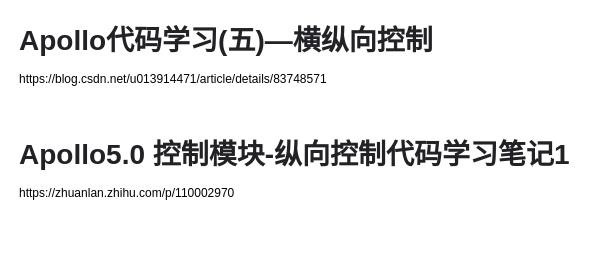
This is page "Reference" (5 of 6) of Apollo_lat_controller.drawio from Thousandsuny/Learning, a draw.io file, before an edit. Source tidied: cells renumbered, new cells numbered last; positions are measured from the earlier drawing's top-left corner, leaving out a move shared by most shapes. Both pictures are drawn from the tidied source at 100%, with x=0, y=0 at pixel (17, 17).
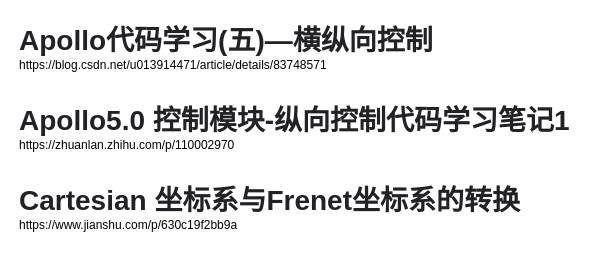
The same page after the edit.

Diff of the diagram source:
```diff
@@
 <mxGraphModel>
   <root>
     <mxCell id="0" />
     <mxCell id="1" parent="0" />
-    <mxCell id="2" value="&lt;h1 class=&quot;title-article&quot; id=&quot;articleContentId&quot; style=&quot;box-sizing: border-box ; outline: 0px ; margin: 0px ; padding: 0px ; font-family: &amp;#34;pingfang sc&amp;#34; , &amp;#34;microsoft yahei&amp;#34; , &amp;#34;simhei&amp;#34; , &amp;#34;arial&amp;#34; , &amp;#34;simsun&amp;#34; ; font-size: 28px ; overflow-wrap: break-word ; color: rgb(34 , 34 , 38) ; word-break: break-all ; background-color: rgb(255 , 255 , 255)&quot;&gt;Apollo代码学习(五)—横纵向控制&lt;/h1&gt;&lt;br&gt;https://blog.csdn.net/u013914471/article/details/83748571" style="text;whiteSpace=wrap;html=1;" parent="1" vertex="1">
-      <mxGeometry width="420" height="70" as="geometry" />
+    <mxCell id="2" value="&lt;h1 class=&quot;title-article&quot; id=&quot;articleContentId&quot; style=&quot;box-sizing: border-box ; outline: 0px ; margin: 0px ; padding: 0px ; font-family: &amp;#34;pingfang sc&amp;#34; , &amp;#34;microsoft yahei&amp;#34; , &amp;#34;simhei&amp;#34; , &amp;#34;arial&amp;#34; , &amp;#34;simsun&amp;#34; ; font-size: 28px ; overflow-wrap: break-word ; color: rgb(34 , 34 , 38) ; word-break: break-all ; background-color: rgb(255 , 255 , 255)&quot;&gt;Apollo代码学习(五)—横纵向控制&lt;/h1&gt;https://blog.csdn.net/u013914471/article/details/83748571" style="text;whiteSpace=wrap;html=1;" parent="1" vertex="1">
+      <mxGeometry width="480" height="70" as="geometry" />
     </mxCell>
+    <mxCell id="4" value="&lt;font color=&quot;#222226&quot; face=&quot;pingfang sc, microsoft yahei, simhei, arial, simsun&quot;&gt;&lt;span style=&quot;font-size: 28px&quot;&gt;&lt;b&gt;&lt;span style=&quot;background-color: rgb(255 , 255 , 255)&quot;&gt;Cartesian 坐标系与Frenet坐标系的转换&lt;/span&gt;&lt;span style=&quot;background-color: rgb(255 , 255 , 255)&quot;&gt;&lt;br&gt;&lt;/span&gt;&lt;/b&gt;&lt;/span&gt;&lt;/font&gt;https://www.jianshu.com/p/630c19f2bb9a" style="text;whiteSpace=wrap;html=1;" parent="1" vertex="1">
+      <mxGeometry y="160" width="540" height="60" as="geometry" />
+    </mxCell>
-    <mxCell id="3" value="&lt;h1 class=&quot;Post-Title&quot; style=&quot;margin: 24px 0px ; font-stretch: inherit ; font-size: 24px ; line-height: 1.22 ; font-family: , &amp;#34;blinkmacsystemfont&amp;#34; , &amp;#34;helvetica neue&amp;#34; , &amp;#34;pingfang sc&amp;#34; , &amp;#34;microsoft yahei&amp;#34; , &amp;#34;source han sans sc&amp;#34; , &amp;#34;noto sans cjk sc&amp;#34; , &amp;#34;wenquanyi micro hei&amp;#34; , sans-serif ; overflow-wrap: break-word ; color: rgb(18 , 18 , 18) ; background-color: rgb(255 , 255 , 255)&quot;&gt;&lt;/h1&gt;&lt;b style=&quot;color: rgb(34 , 34 , 38) ; font-family: &amp;#34;pingfang sc&amp;#34; , &amp;#34;microsoft yahei&amp;#34; , &amp;#34;simhei&amp;#34; , &amp;#34;arial&amp;#34; , &amp;#34;simsun&amp;#34; ; font-size: 28px&quot;&gt;&lt;span style=&quot;background-color: rgb(255 , 255 , 255)&quot;&gt;Apollo5.0 控制模块-纵向控制代码学习笔记1&lt;br&gt;&lt;/span&gt;&lt;/b&gt;&lt;br&gt;https://zhuanlan.zhihu.com/p/110002970" style="text;whiteSpace=wrap;html=1;" parent="1" vertex="1">
-      <mxGeometry y="90" width="560" height="90" as="geometry" />
+    <mxCell id="3" value="&lt;h1 class=&quot;title-article&quot; id=&quot;articleContentId&quot; style=&quot;box-sizing: border-box ; outline: 0px ; margin: 0px ; padding: 0px ; font-family: &amp;#34;pingfang sc&amp;#34; , &amp;#34;microsoft yahei&amp;#34; , &amp;#34;simhei&amp;#34; , &amp;#34;arial&amp;#34; , &amp;#34;simsun&amp;#34; ; font-size: 28px ; overflow-wrap: break-word ; color: rgb(34 , 34 , 38) ; word-break: break-all ; background-color: rgb(255 , 255 , 255)&quot;&gt;&lt;/h1&gt;&lt;b style=&quot;color: rgb(34 , 34 , 38) ; font-family: &amp;#34;pingfang sc&amp;#34; , &amp;#34;microsoft yahei&amp;#34; , &amp;#34;simhei&amp;#34; , &amp;#34;arial&amp;#34; , &amp;#34;simsun&amp;#34; ; font-size: 28px&quot;&gt;&lt;span style=&quot;background-color: rgb(255 , 255 , 255)&quot;&gt;Apollo5.0 控制模块-纵向控制代码学习笔记1&lt;br&gt;&lt;/span&gt;&lt;/b&gt;https://zhuanlan.zhihu.com/p/110002970" style="text;whiteSpace=wrap;html=1;" parent="1" vertex="1">
+      <mxGeometry y="80" width="560" height="70" as="geometry" />
     </mxCell>
   </root>
 </mxGraphModel>
```
